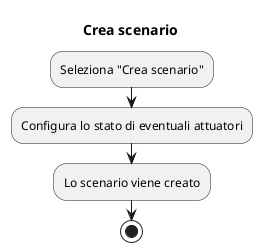
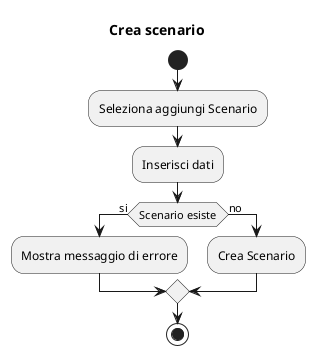
- @startuml creascenario
+ @startuml creaScenario
title Crea scenario

+ start

-     :Seleziona "Crea scenario";
-     :Configura lo stato di eventuali attuatori;
-     :Lo scenario viene creato;
+ :Seleziona aggiungi Scenario;
+ :Inserisci dati;
+ 
+ if (Scenario esiste) then (si)
+     :Mostra messaggio di errore;
+ else (no)
+     :Crea Scenario;
+ endif

stop
@enduml